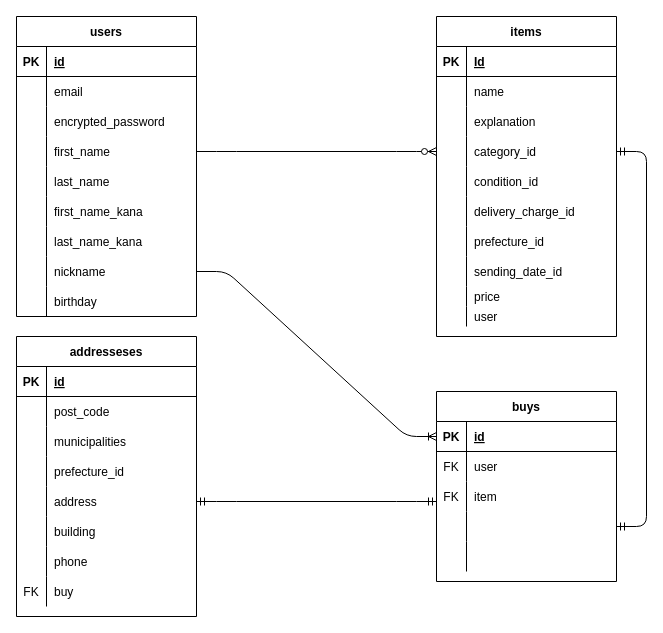
Before: app/controllers/ER.dio in fuchaan/furima-38284, a draw.io diagram. Source tidied: cells renumbered, new cells numbered last; positions are measured from the earlier drawing's top-left corner, leaving out a move shared by most shapes. Both pictures are drawn from the tidied source at 100%, with x=0, y=0 at pixel (16, 16).
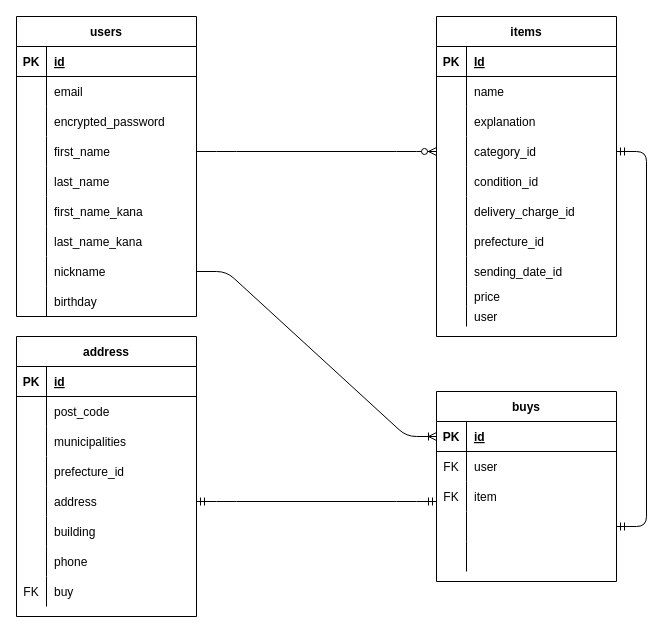
The same diagram, later.

Change to the diagram source:
```diff
@@
-    <mxCell id="79" value="addresseses" style="shape=table;startSize=30;childLayout=tableLayout;rowLines=0;fontStyle=1;align=center;" parent="1" vertex="1">
+    <mxCell id="79" value="address" style="shape=table;startSize=30;childLayout=tableLayout;rowLines=0;fontStyle=1;align=center;" parent="1" vertex="1">
       <mxGeometry y="320" width="180" height="280" as="geometry" />
     </mxCell>
```
